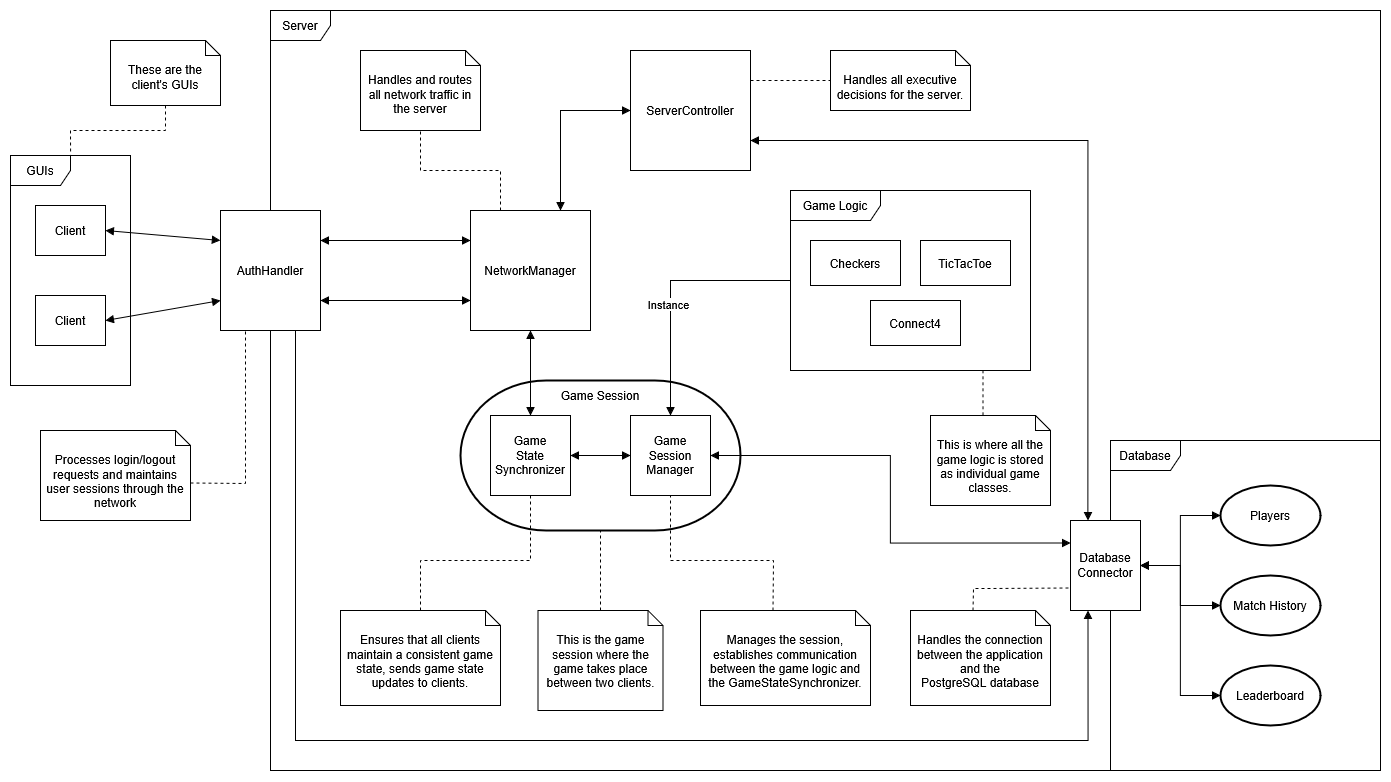
This is networking_documents/networking_overview.png from illiteratewaffle/RetroArcade, a draw.io export, as it was before one commit. Source tidied: cells renumbered, new cells last; positions are measured from the earlier drawing's top-left corner, leaving out a move shared by most shapes. Source of this version:
```xml
<mxGraphModel>
  <root>
    <mxCell id="0" />
    <mxCell id="1" parent="0" />
    <mxCell id="2" style="strokeWidth=2;html=1;shape=mxgraph.flowchart.terminator;whiteSpace=wrap;" parent="1" vertex="1">
      <mxGeometry x="450" y="370" width="280" height="150" as="geometry" />
    </mxCell>
    <mxCell id="3" value="Server" style="shape=umlFrame;whiteSpace=wrap;html=1;" parent="1" vertex="1">
      <mxGeometry x="260" width="1110" height="760" as="geometry" />
    </mxCell>
    <mxCell id="4" value="GUIs" style="shape=umlFrame;whiteSpace=wrap;html=1;" parent="1" vertex="1">
      <mxGeometry y="145" width="120" height="230" as="geometry" />
    </mxCell>
    <mxCell id="5" value="Client" style="html=1;whiteSpace=wrap;" parent="1" vertex="1">
      <mxGeometry x="25" y="195" width="70" height="50" as="geometry" />
    </mxCell>
    <mxCell id="6" value="Client" style="html=1;whiteSpace=wrap;" parent="1" vertex="1">
      <mxGeometry x="25" y="285" width="70" height="50" as="geometry" />
    </mxCell>
    <mxCell id="7" style="edgeStyle=orthogonalEdgeStyle;rounded=0;jettySize=auto;html=1;exitX=0.75;exitY=1;exitDx=0;exitDy=0;entryX=0.25;entryY=1;entryDx=0;entryDy=0;endArrow=block;" parent="1" edge="1" source="8" target="29">
      <mxGeometry relative="1" as="geometry">
        <Array as="points">
          <mxPoint x="285" y="730" />
          <mxPoint x="1077" y="730" />
        </Array>
      </mxGeometry>
    </mxCell>
    <mxCell id="8" value="AuthHandler" style="html=1;whiteSpace=wrap;" parent="1" vertex="1">
      <mxGeometry x="210" y="200" width="100" height="120" as="geometry" />
    </mxCell>
    <mxCell id="9" style="endArrow=block;startArrow=block;endFill=1;startFill=1;html=1;rounded=0;entryX=0;entryY=0.25;entryDx=0;entryDy=0;exitX=1;exitY=0.5;exitDx=0;exitDy=0;" parent="1" edge="1" source="5" target="8">
      <mxGeometry relative="1" as="geometry" />
    </mxCell>
    <mxCell id="10" style="endArrow=block;startArrow=block;endFill=1;startFill=1;html=1;rounded=0;entryX=0;entryY=0.75;entryDx=0;entryDy=0;exitX=1;exitY=0.5;exitDx=0;exitDy=0;" parent="1" edge="1" source="6" target="8">
      <mxGeometry relative="1" as="geometry" />
    </mxCell>
    <mxCell id="11" value="NetworkManager" style="html=1;whiteSpace=wrap;" parent="1" vertex="1">
      <mxGeometry x="460" y="200" width="120" height="120" as="geometry" />
    </mxCell>
    <mxCell id="12" style="endArrow=block;startArrow=block;endFill=1;startFill=1;html=1;rounded=0;exitX=1;exitY=0.25;exitDx=0;exitDy=0;entryX=0;entryY=0.25;entryDx=0;entryDy=0;" parent="1" edge="1" source="8" target="11">
      <mxGeometry relative="1" as="geometry" />
    </mxCell>
    <mxCell id="13" style="endArrow=block;startArrow=block;endFill=1;startFill=1;html=1;rounded=0;exitX=1;exitY=0.75;exitDx=0;exitDy=0;entryX=0;entryY=0.75;entryDx=0;entryDy=0;" parent="1" edge="1" source="8" target="11">
      <mxGeometry relative="1" as="geometry" />
    </mxCell>
    <mxCell id="14" style="edgeStyle=orthogonalEdgeStyle;rounded=0;jettySize=auto;html=1;entryX=0.25;entryY=0;entryDx=0;entryDy=0;endArrow=block;startArrow=block;exitX=1;exitY=0.75;exitDx=0;exitDy=0;" parent="1" edge="1" source="15" target="29">
      <mxGeometry relative="1" as="geometry" />
    </mxCell>
    <mxCell id="15" value="ServerController" style="html=1;whiteSpace=wrap;" parent="1" vertex="1">
      <mxGeometry x="620" y="40" width="120" height="120" as="geometry" />
    </mxCell>
    <mxCell id="16" style="endArrow=block;startArrow=block;endFill=1;startFill=1;html=1;rounded=0;exitX=0.75;exitY=0;exitDx=0;exitDy=0;entryX=0;entryY=0.5;entryDx=0;entryDy=0;" parent="1" edge="1" source="11" target="15">
      <mxGeometry relative="1" as="geometry">
        <Array as="points">
          <mxPoint x="550" y="100" />
        </Array>
      </mxGeometry>
    </mxCell>
    <mxCell id="17" value="&lt;div&gt;Game&lt;/div&gt;&lt;div&gt;State&lt;/div&gt;&lt;div&gt;Synchronizer&lt;/div&gt;" style="html=1;whiteSpace=wrap;" parent="1" vertex="1">
      <mxGeometry x="480" y="405" width="80" height="80" as="geometry" />
    </mxCell>
    <mxCell id="18" value="This is where all the game logic is stored as individual game classes." style="shape=note2;boundedLbl=1;whiteSpace=wrap;html=1;size=15;verticalAlign=top;align=center;" parent="1" vertex="1">
      <mxGeometry x="920" y="405" width="120" height="90" as="geometry" />
    </mxCell>
    <mxCell id="19" value="Game Logic" style="shape=umlFrame;whiteSpace=wrap;html=1;width=90;height=30;" parent="1" vertex="1">
      <mxGeometry x="780" y="180" width="240" height="180" as="geometry" />
    </mxCell>
    <mxCell id="20" value="Checkers" style="html=1;whiteSpace=wrap;" parent="1" vertex="1">
      <mxGeometry x="800" y="230" width="90" height="45" as="geometry" />
    </mxCell>
    <mxCell id="21" value="TicTacToe" style="html=1;whiteSpace=wrap;" parent="1" vertex="1">
      <mxGeometry x="910" y="230" width="90" height="45" as="geometry" />
    </mxCell>
    <mxCell id="22" value="Connect4" style="html=1;whiteSpace=wrap;" parent="1" vertex="1">
      <mxGeometry x="860" y="290" width="90" height="45" as="geometry" />
    </mxCell>
    <mxCell id="23" style="edgeStyle=orthogonalEdgeStyle;rounded=0;jettySize=auto;html=1;entryX=0.5;entryY=0;entryDx=0;entryDy=0;endArrow=block;" parent="1" edge="1" source="19" target="26">
      <mxGeometry relative="1" as="geometry" />
    </mxCell>
    <mxCell id="24" value="Instance" style="edgeLabel;html=1;align=center;verticalAlign=middle;" parent="23" vertex="1">
      <mxGeometry x="0.04" y="-3" relative="1" as="geometry">
        <mxPoint y="10" as="offset" />
      </mxGeometry>
    </mxCell>
    <mxCell id="25" style="edgeStyle=orthogonalEdgeStyle;rounded=0;jettySize=auto;html=1;entryX=0;entryY=0.25;entryDx=0;entryDy=0;endArrow=block;startArrow=block;" parent="1" edge="1" source="26" target="29">
      <mxGeometry relative="1" as="geometry" />
    </mxCell>
    <mxCell id="26" value="&lt;div&gt;Game&lt;/div&gt;&lt;div&gt;Session&lt;/div&gt;&lt;div&gt;Manager&lt;/div&gt;" style="html=1;whiteSpace=wrap;" parent="1" vertex="1">
      <mxGeometry x="620" y="405" width="80" height="80" as="geometry" />
    </mxCell>
    <mxCell id="27" style="endArrow=block;startArrow=block;endFill=1;startFill=1;html=1;rounded=0;exitX=1;exitY=0.5;exitDx=0;exitDy=0;entryX=0;entryY=0.5;entryDx=0;entryDy=0;" parent="1" edge="1" source="17" target="26">
      <mxGeometry relative="1" as="geometry" />
    </mxCell>
    <mxCell id="28" value="Database" style="shape=umlFrame;whiteSpace=wrap;html=1;width=70;height=30;" parent="1" vertex="1">
      <mxGeometry x="1100" y="430" width="270" height="330" as="geometry" />
    </mxCell>
    <mxCell id="29" value="&lt;div&gt;Database&lt;/div&gt;&lt;div&gt;Connector&lt;/div&gt;" style="html=1;whiteSpace=wrap;" parent="1" vertex="1">
      <mxGeometry x="1060" y="510" width="70" height="90" as="geometry" />
    </mxCell>
    <mxCell id="30" value="Players" style="strokeWidth=2;html=1;shape=mxgraph.flowchart.start_1;whiteSpace=wrap;" parent="1" vertex="1">
      <mxGeometry x="1210" y="475" width="100" height="60" as="geometry" />
    </mxCell>
    <mxCell id="31" value="Match History" style="strokeWidth=2;html=1;shape=mxgraph.flowchart.start_1;whiteSpace=wrap;" parent="1" vertex="1">
      <mxGeometry x="1210" y="565" width="100" height="60" as="geometry" />
    </mxCell>
    <mxCell id="32" value="Leaderboard" style="strokeWidth=2;html=1;shape=mxgraph.flowchart.start_1;whiteSpace=wrap;" parent="1" vertex="1">
      <mxGeometry x="1210" y="655" width="100" height="60" as="geometry" />
    </mxCell>
    <mxCell id="33" style="endArrow=block;startArrow=block;endFill=1;startFill=1;html=1;rounded=0;exitX=1;exitY=0.5;exitDx=0;exitDy=0;entryX=0;entryY=0.5;entryDx=0;entryDy=0;entryPerimeter=0;" parent="1" edge="1" source="29" target="32">
      <mxGeometry relative="1" as="geometry">
        <Array as="points">
          <mxPoint x="1170" y="555" />
          <mxPoint x="1170" y="685" />
        </Array>
      </mxGeometry>
    </mxCell>
    <mxCell id="34" style="endArrow=block;startArrow=block;endFill=1;startFill=1;html=1;rounded=0;exitX=1;exitY=0.5;exitDx=0;exitDy=0;entryX=0;entryY=0.5;entryDx=0;entryDy=0;entryPerimeter=0;" parent="1" edge="1" source="29" target="30">
      <mxGeometry relative="1" as="geometry">
        <Array as="points">
          <mxPoint x="1170" y="555" />
          <mxPoint x="1170" y="505" />
        </Array>
      </mxGeometry>
    </mxCell>
    <mxCell id="35" style="endArrow=block;startArrow=block;endFill=1;startFill=1;html=1;rounded=0;exitX=1;exitY=0.5;exitDx=0;exitDy=0;entryX=0;entryY=0.5;entryDx=0;entryDy=0;entryPerimeter=0;" parent="1" edge="1" source="29" target="31">
      <mxGeometry relative="1" as="geometry">
        <Array as="points">
          <mxPoint x="1170" y="555" />
          <mxPoint x="1170" y="595" />
        </Array>
      </mxGeometry>
    </mxCell>
    <mxCell id="36" style="endArrow=block;startArrow=block;endFill=1;startFill=1;html=1;rounded=0;exitX=0.5;exitY=1;exitDx=0;exitDy=0;entryX=0.5;entryY=0;entryDx=0;entryDy=0;" parent="1" edge="1" source="11" target="17">
      <mxGeometry relative="1" as="geometry" />
    </mxCell>
    <mxCell id="37" value="Handles all executive decisions for the server." style="shape=note2;boundedLbl=1;whiteSpace=wrap;html=1;size=15;verticalAlign=top;align=center;" parent="1" vertex="1">
      <mxGeometry x="820" y="40" width="140" height="60" as="geometry" />
    </mxCell>
    <mxCell id="38" style="endArrow=none;dashed=1;html=1;rounded=0;exitX=1;exitY=0.25;exitDx=0;exitDy=0;entryX=0;entryY=0.5;entryDx=0;entryDy=0;entryPerimeter=0;" parent="1" edge="1" source="15" target="37">
      <mxGeometry relative="1" as="geometry" />
    </mxCell>
    <mxCell id="39" value="Handles and routes all network traffic in the server" style="shape=note2;boundedLbl=1;whiteSpace=wrap;html=1;size=15;verticalAlign=top;align=center;" parent="1" vertex="1">
      <mxGeometry x="350" y="40" width="120" height="80" as="geometry" />
    </mxCell>
    <mxCell id="40" style="endArrow=none;dashed=1;html=1;rounded=0;entryX=0.5;entryY=1;entryDx=0;entryDy=0;entryPerimeter=0;exitX=0.25;exitY=0;exitDx=0;exitDy=0;" parent="1" edge="1" source="11" target="39">
      <mxGeometry relative="1" as="geometry">
        <Array as="points">
          <mxPoint x="490" y="160" />
          <mxPoint x="410" y="160" />
        </Array>
      </mxGeometry>
    </mxCell>
    <mxCell id="41" value="Processes login/logout&lt;br&gt;requests and maintains user sessions through the network" style="shape=note2;boundedLbl=1;whiteSpace=wrap;html=1;size=15;verticalAlign=top;align=center;" parent="1" vertex="1">
      <mxGeometry x="30" y="420" width="150" height="90" as="geometry" />
    </mxCell>
    <mxCell id="42" style="endArrow=none;dashed=1;html=1;rounded=0;entryX=0.25;entryY=1;entryDx=0;entryDy=0;exitX=0;exitY=0;exitDx=150;exitDy=52.5;exitPerimeter=0;" parent="1" edge="1" source="41" target="8">
      <mxGeometry relative="1" as="geometry">
        <Array as="points">
          <mxPoint x="235" y="473" />
        </Array>
      </mxGeometry>
    </mxCell>
    <mxCell id="43" value="Game Session" style="text;html=1;align=center;verticalAlign=middle;whiteSpace=wrap;rounded=0;" parent="1" vertex="1">
      <mxGeometry x="540" y="370" width="100" height="30" as="geometry" />
    </mxCell>
    <mxCell id="44" value="This is the game session where the game takes place between two clients." style="shape=note2;boundedLbl=1;whiteSpace=wrap;html=1;size=15;verticalAlign=top;align=center;" parent="1" vertex="1">
      <mxGeometry x="527.5" y="600" width="125" height="100" as="geometry" />
    </mxCell>
    <mxCell id="45" style="endArrow=none;dashed=1;html=1;rounded=0;exitX=0.5;exitY=0;exitDx=0;exitDy=0;exitPerimeter=0;entryX=0.5;entryY=1;entryDx=0;entryDy=0;entryPerimeter=0;" parent="1" edge="1" source="44" target="2">
      <mxGeometry relative="1" as="geometry" />
    </mxCell>
    <mxCell id="46" value="Ensures that all clients maintain a consistent game&lt;br&gt;state, sends game state updates to clients." style="shape=note2;boundedLbl=1;whiteSpace=wrap;html=1;size=15;verticalAlign=top;align=center;" parent="1" vertex="1">
      <mxGeometry x="330" y="600" width="160" height="95" as="geometry" />
    </mxCell>
    <mxCell id="47" style="endArrow=none;dashed=1;html=1;rounded=0;entryX=0.5;entryY=1;entryDx=0;entryDy=0;exitX=0.5;exitY=0;exitDx=0;exitDy=0;exitPerimeter=0;" parent="1" edge="1" source="46" target="17">
      <mxGeometry relative="1" as="geometry">
        <Array as="points">
          <mxPoint x="410" y="550" />
          <mxPoint x="520" y="550" />
        </Array>
      </mxGeometry>
    </mxCell>
    <mxCell id="48" value="Manages the session, establishes communication between the game logic and the GameStateSynchronizer." style="shape=note2;boundedLbl=1;whiteSpace=wrap;html=1;size=15;verticalAlign=top;align=center;" parent="1" vertex="1">
      <mxGeometry x="690" y="600" width="170" height="95" as="geometry" />
    </mxCell>
    <mxCell id="49" style="endArrow=none;dashed=1;html=1;rounded=0;entryX=0.5;entryY=1;entryDx=0;entryDy=0;exitX=0;exitY=0;exitDx=72.5;exitDy=0;exitPerimeter=0;" parent="1" edge="1" source="48" target="26">
      <mxGeometry relative="1" as="geometry">
        <Array as="points">
          <mxPoint x="763" y="550" />
          <mxPoint x="660" y="550" />
        </Array>
      </mxGeometry>
    </mxCell>
    <mxCell id="50" value="Handles the connection between the application and the&lt;br&gt;PostgreSQL database" style="shape=note2;boundedLbl=1;whiteSpace=wrap;html=1;size=15;verticalAlign=top;align=center;" parent="1" vertex="1">
      <mxGeometry x="900" y="600" width="140" height="95" as="geometry" />
    </mxCell>
    <mxCell id="51" style="endArrow=none;dashed=1;html=1;rounded=0;entryX=0;entryY=0.75;entryDx=0;entryDy=0;exitX=0;exitY=0;exitDx=62.5;exitDy=0;exitPerimeter=0;" parent="1" edge="1" source="50" target="29">
      <mxGeometry relative="1" as="geometry">
        <Array as="points">
          <mxPoint x="963" y="578" />
          <mxPoint x="980" y="578" />
        </Array>
      </mxGeometry>
    </mxCell>
    <mxCell id="52" style="endArrow=none;dashed=1;html=1;rounded=0;entryX=0;entryY=0;entryDx=52.5;entryDy=0;entryPerimeter=0;exitX=0.802;exitY=0.999;exitDx=0;exitDy=0;exitPerimeter=0;" parent="1" edge="1" source="19" target="18">
      <mxGeometry relative="1" as="geometry" />
    </mxCell>
    <mxCell id="53" value="These are the client's GUIs" style="shape=note2;boundedLbl=1;whiteSpace=wrap;html=1;size=15;verticalAlign=top;align=center;" parent="1" vertex="1">
      <mxGeometry x="100" y="30" width="110" height="65" as="geometry" />
    </mxCell>
    <mxCell id="54" style="endArrow=none;dashed=1;html=1;rounded=0;exitX=0.5;exitY=1;exitDx=0;exitDy=0;exitPerimeter=0;entryX=0.501;entryY=-0.004;entryDx=0;entryDy=0;entryPerimeter=0;" parent="1" edge="1" source="53" target="4">
      <mxGeometry relative="1" as="geometry">
        <Array as="points">
          <mxPoint x="155" y="120" />
          <mxPoint x="60" y="120" />
        </Array>
      </mxGeometry>
    </mxCell>
  </root>
</mxGraphModel>
```
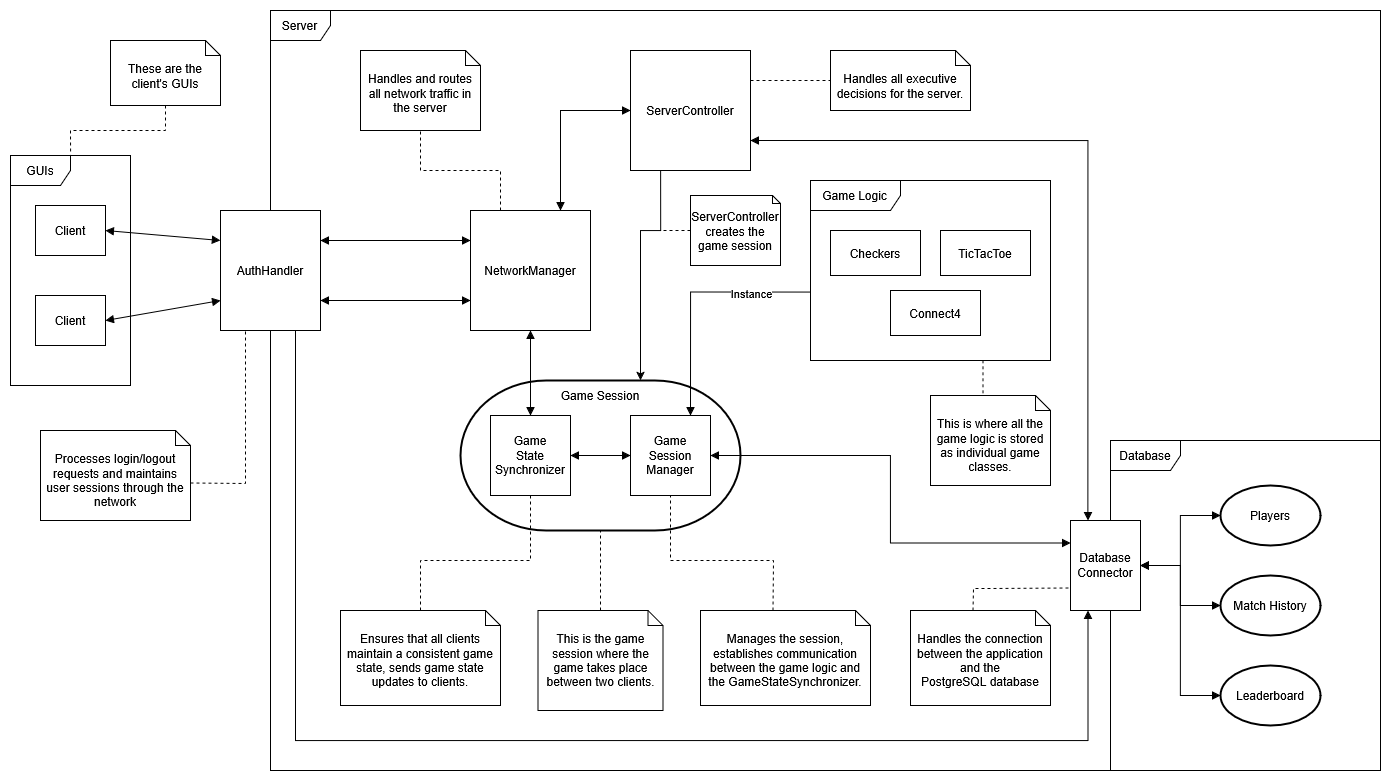
Later version of the same file.

Commit message:
Fixed a missed detail in the networking_overview.drawio file, showing how the ServerController creates a Game Session

Diff of the diagram source:
```diff
@@ -46,6 +46,14 @@
     <mxCell id="14" style="edgeStyle=orthogonalEdgeStyle;rounded=0;jettySize=auto;html=1;entryX=0.25;entryY=0;entryDx=0;entryDy=0;endArrow=block;startArrow=block;exitX=1;exitY=0.75;exitDx=0;exitDy=0;" parent="1" edge="1" source="15" target="29">
       <mxGeometry relative="1" as="geometry" />
     </mxCell>
+    <mxCell id="55" style="edgeStyle=orthogonalEdgeStyle;rounded=0;jettySize=auto;html=1;entryX=0.899;entryY=-0.002;entryDx=0;entryDy=0;entryPerimeter=0;exitX=0.25;exitY=1;exitDx=0;exitDy=0;" parent="1" edge="1" source="15" target="43">
+      <mxGeometry relative="1" as="geometry">
+        <Array as="points">
+          <mxPoint x="650" y="220" />
+          <mxPoint x="630" y="220" />
+        </Array>
+      </mxGeometry>
+    </mxCell>
     <mxCell id="15" value="ServerController" style="html=1;whiteSpace=wrap;" parent="1" vertex="1">
       <mxGeometry x="620" y="40" width="120" height="120" as="geometry" />
     </mxCell>
@@ -60,26 +68,26 @@
       <mxGeometry x="480" y="405" width="80" height="80" as="geometry" />
     </mxCell>
     <mxCell id="18" value="This is where all the game logic is stored as individual game classes." style="shape=note2;boundedLbl=1;whiteSpace=wrap;html=1;size=15;verticalAlign=top;align=center;" parent="1" vertex="1">
-      <mxGeometry x="920" y="405" width="120" height="90" as="geometry" />
+      <mxGeometry x="920" y="385" width="120" height="90" as="geometry" />
     </mxCell>
     <mxCell id="19" value="Game Logic" style="shape=umlFrame;whiteSpace=wrap;html=1;width=90;height=30;" parent="1" vertex="1">
-      <mxGeometry x="780" y="180" width="240" height="180" as="geometry" />
+      <mxGeometry x="800" y="170" width="240" height="180" as="geometry" />
     </mxCell>
     <mxCell id="20" value="Checkers" style="html=1;whiteSpace=wrap;" parent="1" vertex="1">
-      <mxGeometry x="800" y="230" width="90" height="45" as="geometry" />
+      <mxGeometry x="820" y="220" width="90" height="45" as="geometry" />
     </mxCell>
     <mxCell id="21" value="TicTacToe" style="html=1;whiteSpace=wrap;" parent="1" vertex="1">
-      <mxGeometry x="910" y="230" width="90" height="45" as="geometry" />
+      <mxGeometry x="930" y="220" width="90" height="45" as="geometry" />
     </mxCell>
     <mxCell id="22" value="Connect4" style="html=1;whiteSpace=wrap;" parent="1" vertex="1">
-      <mxGeometry x="860" y="290" width="90" height="45" as="geometry" />
+      <mxGeometry x="880" y="280" width="90" height="45" as="geometry" />
     </mxCell>
-    <mxCell id="23" style="edgeStyle=orthogonalEdgeStyle;rounded=0;jettySize=auto;html=1;entryX=0.5;entryY=0;entryDx=0;entryDy=0;endArrow=block;" parent="1" edge="1" source="19" target="26">
+    <mxCell id="23" style="edgeStyle=orthogonalEdgeStyle;rounded=0;jettySize=auto;html=1;entryX=0.75;entryY=0;entryDx=0;entryDy=0;endArrow=block;exitX=-0.001;exitY=0.62;exitDx=0;exitDy=0;exitPerimeter=0;" parent="1" edge="1" source="19" target="26">
       <mxGeometry relative="1" as="geometry" />
     </mxCell>
     <mxCell id="24" value="Instance" style="edgeLabel;html=1;align=center;verticalAlign=middle;" parent="23" vertex="1">
       <mxGeometry x="0.04" y="-3" relative="1" as="geometry">
-        <mxPoint y="10" as="offset" />
+        <mxPoint x="63" y="-6" as="offset" />
       </mxGeometry>
     </mxCell>
     <mxCell id="25" style="edgeStyle=orthogonalEdgeStyle;rounded=0;jettySize=auto;html=1;entryX=0;entryY=0.25;entryDx=0;entryDy=0;endArrow=block;startArrow=block;" parent="1" edge="1" source="26" target="29">
@@ -202,8 +210,10 @@
         </Array>
       </mxGeometry>
     </mxCell>
-    <mxCell id="52" style="endArrow=none;dashed=1;html=1;rounded=0;entryX=0;entryY=0;entryDx=52.5;entryDy=0;entryPerimeter=0;exitX=0.802;exitY=0.999;exitDx=0;exitDy=0;exitPerimeter=0;" parent="1" edge="1" source="19" target="18">
-      <mxGeometry relative="1" as="geometry" />
+    <mxCell id="52" style="endArrow=none;dashed=1;html=1;rounded=0;entryX=0;entryY=0;entryDx=52.5;entryDy=0;entryPerimeter=0;exitX=0.802;exitY=0.999;exitDx=0;exitDy=0;exitPerimeter=0;" parent="1" edge="1" target="18">
+      <mxGeometry relative="1" as="geometry">
+        <mxPoint x="972.5" y="349.8" as="sourcePoint" />
+      </mxGeometry>
     </mxCell>
     <mxCell id="53" value="These are the client's GUIs" style="shape=note2;boundedLbl=1;whiteSpace=wrap;html=1;size=15;verticalAlign=top;align=center;" parent="1" vertex="1">
       <mxGeometry x="100" y="30" width="110" height="65" as="geometry" />
@@ -216,5 +226,13 @@
         </Array>
       </mxGeometry>
     </mxCell>
+    <mxCell id="56" value="ServerController creates the game session" style="shape=note2;boundedLbl=1;whiteSpace=wrap;html=1;size=8;verticalAlign=top;align=center;" parent="1" vertex="1">
+      <mxGeometry x="680" y="185" width="90" height="70" as="geometry" />
+    </mxCell>
+    <mxCell id="57" style="endArrow=none;dashed=1;html=1;rounded=0;exitX=0;exitY=0.5;exitDx=0;exitDy=0;exitPerimeter=0;" parent="1" edge="1" source="56">
+      <mxGeometry relative="1" as="geometry">
+        <mxPoint x="650" y="220" as="targetPoint" />
+      </mxGeometry>
+    </mxCell>
   </root>
 </mxGraphModel>
```
